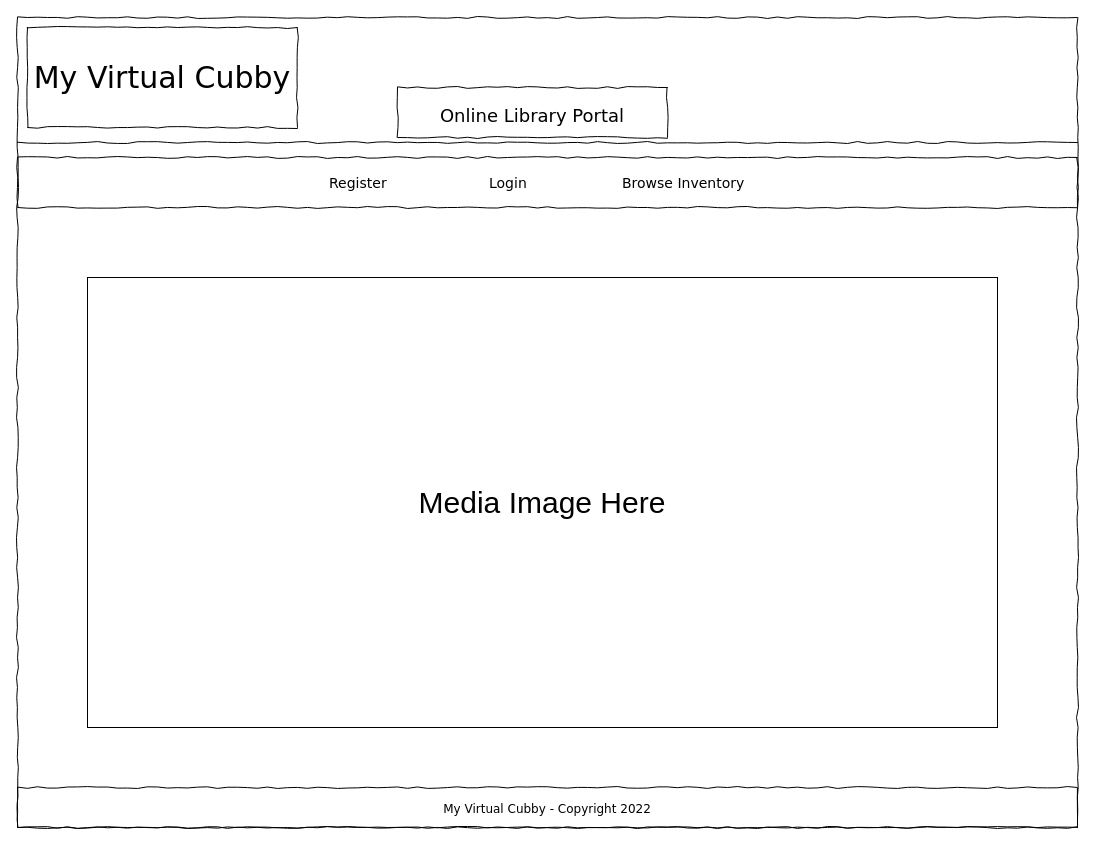
Earlier version of the draw.io diagram LibraryMvcApp-LandingPageMock.drawio (devforte1/LibraryMvcApp). Source tidied: cells renumbered, new cells numbered last; positions are measured from the earlier drawing's top-left corner, leaving out a move shared by most shapes. Both pictures are drawn from the tidied source at 100%, with x=0, y=0 at pixel (17, 17).
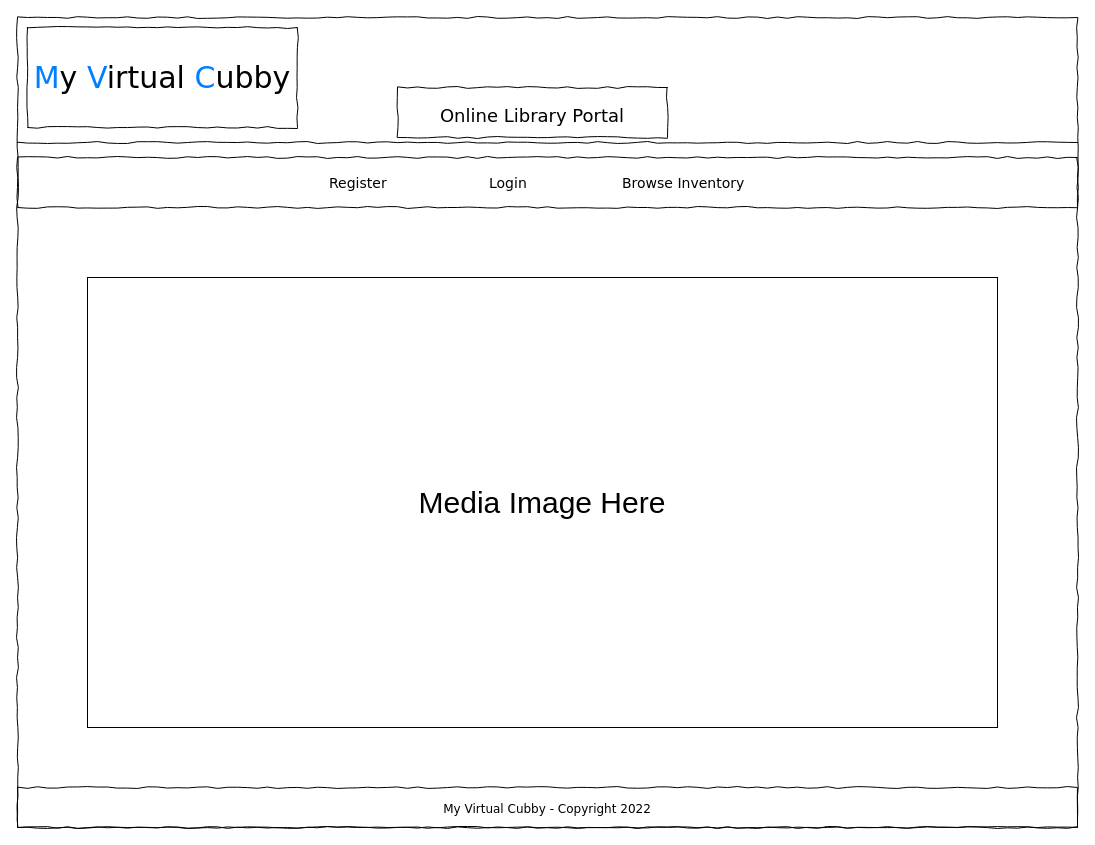
The same diagram, later.

Diff of the diagram source:
```diff
@@
 <mxGraphModel>
   <root>
     <mxCell id="0" />
     <mxCell id="1" parent="0" />
     <mxCell id="2" style="whiteSpace=wrap;html=1;rounded=0;shadow=0;labelBackgroundColor=none;strokeColor=#000000;strokeWidth=1;fillColor=none;fontFamily=Verdana;fontSize=12;fontColor=#000000;align=center;comic=1;" parent="1" vertex="1">
       <mxGeometry width="1060" height="810" as="geometry" />
     </mxCell>
     <mxCell id="3" style="line;strokeWidth=1;html=1;rounded=0;shadow=0;labelBackgroundColor=none;fillColor=none;fontFamily=Verdana;fontSize=14;fontColor=#000000;align=center;comic=1;" parent="1" vertex="1">
       <mxGeometry y="120" width="1060" height="10" as="geometry" />
     </mxCell>
     <mxCell id="4" style="whiteSpace=wrap;html=1;rounded=0;shadow=0;labelBackgroundColor=none;strokeWidth=1;fillColor=none;fontFamily=Verdana;fontSize=12;align=center;comic=1;" parent="1" vertex="1">
       <mxGeometry y="140" width="1060" height="50" as="geometry" />
     </mxCell>
     <mxCell id="5" value="Register" style="text;html=1;align=left;verticalAlign=top;spacingTop=-4;fontSize=14;fontFamily=Verdana;" parent="1" vertex="1">
       <mxGeometry x="310" y="155" width="60" height="20" as="geometry" />
     </mxCell>
     <mxCell id="6" value="Login" style="text;html=1;align=left;verticalAlign=top;spacingTop=-4;fontSize=14;fontFamily=Verdana;" parent="1" vertex="1">
       <mxGeometry x="470" y="155" width="60" height="20" as="geometry" />
     </mxCell>
     <mxCell id="7" value="Browse Inventory" style="text;html=1;align=left;verticalAlign=top;spacingTop=-4;fontSize=14;fontFamily=Verdana;" parent="1" vertex="1">
       <mxGeometry x="603" y="155" width="60" height="20" as="geometry" />
     </mxCell>
-    <mxCell id="8" value="&lt;span style=&quot;background-color: rgb(255 , 255 , 255)&quot;&gt;&lt;font style=&quot;font-size: 30px&quot;&gt;My Virtual Cubby&lt;/font&gt;&lt;/span&gt;" style="whiteSpace=wrap;html=1;rounded=0;shadow=0;labelBackgroundColor=none;strokeWidth=1;fontFamily=Verdana;fontSize=28;align=center;comic=1;" parent="1" vertex="1">
+    <mxCell id="8" value="&lt;span style=&quot;background-color: rgb(255 , 255 , 255)&quot;&gt;&lt;font style=&quot;font-size: 30px&quot;&gt;&lt;font color=&quot;#007fff&quot;&gt;M&lt;/font&gt;y &lt;font color=&quot;#007fff&quot;&gt;V&lt;/font&gt;irtual &lt;font color=&quot;#007fff&quot;&gt;C&lt;/font&gt;ubby&lt;/font&gt;&lt;/span&gt;" style="whiteSpace=wrap;html=1;rounded=0;shadow=0;labelBackgroundColor=none;strokeWidth=1;fontFamily=Verdana;fontSize=28;align=center;comic=1;" parent="1" vertex="1">
       <mxGeometry x="10" y="10" width="270" height="100" as="geometry" />
     </mxCell>
     <mxCell id="9" value="&lt;span style=&quot;background-color: rgb(255 , 255 , 255)&quot;&gt;&lt;font style=&quot;font-size: 18px&quot;&gt;Online Library Portal&lt;/font&gt;&lt;/span&gt;" style="whiteSpace=wrap;html=1;rounded=0;shadow=0;labelBackgroundColor=none;strokeWidth=1;fontFamily=Verdana;fontSize=28;align=center;comic=1;" parent="1" vertex="1">
       <mxGeometry x="380" y="70" width="270" height="50" as="geometry" />
     </mxCell>
     <mxCell id="10" value="&lt;div style=&quot;text-align: justify&quot;&gt;My Virtual Cubby - Copyright 2022&lt;/div&gt;" style="whiteSpace=wrap;html=1;rounded=0;shadow=0;labelBackgroundColor=none;strokeWidth=1;fillColor=none;fontFamily=Verdana;fontSize=12;align=center;verticalAlign=top;spacing=10;comic=1;" parent="1" vertex="1">
       <mxGeometry y="770" width="1060" height="40" as="geometry" />
     </mxCell>
     <mxCell id="11" value="Media Image Here" style="rounded=0;whiteSpace=wrap;html=1;labelBackgroundColor=#FFFFFF;fontSize=30;fontColor=#000000;" parent="1" vertex="1">
       <mxGeometry x="70" y="260" width="910" height="450" as="geometry" />
     </mxCell>
   </root>
 </mxGraphModel>
```
